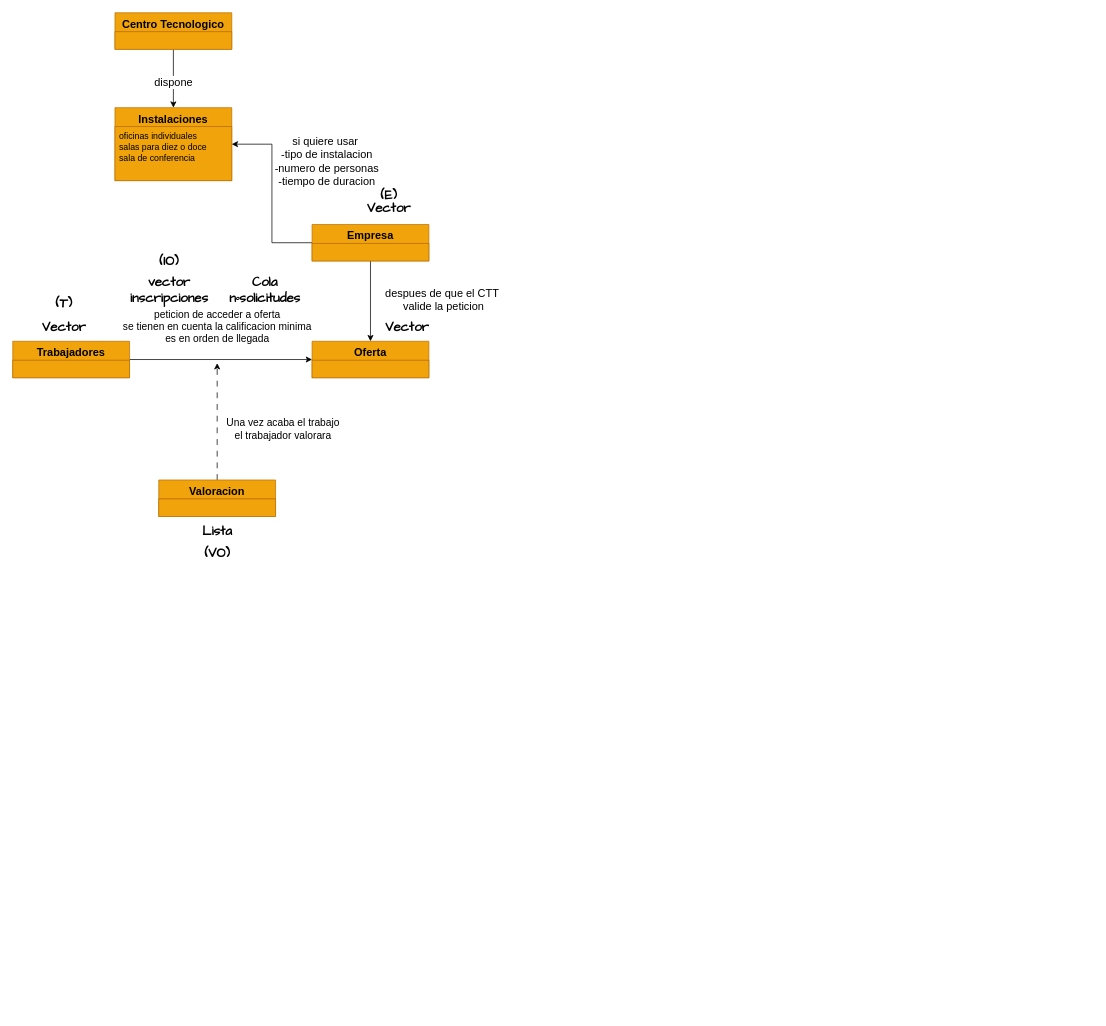
This is EstructuraDatos.drawio from ryloq1/DBD, a draw.io file, before an edit. Source tidied: cells renumbered, new cells numbered last; positions are measured from the earlier drawing's top-left corner, leaving out a move shared by most shapes. Both pictures are drawn from the tidied source at 73%, with x=0, y=0 at pixel (12, 12).
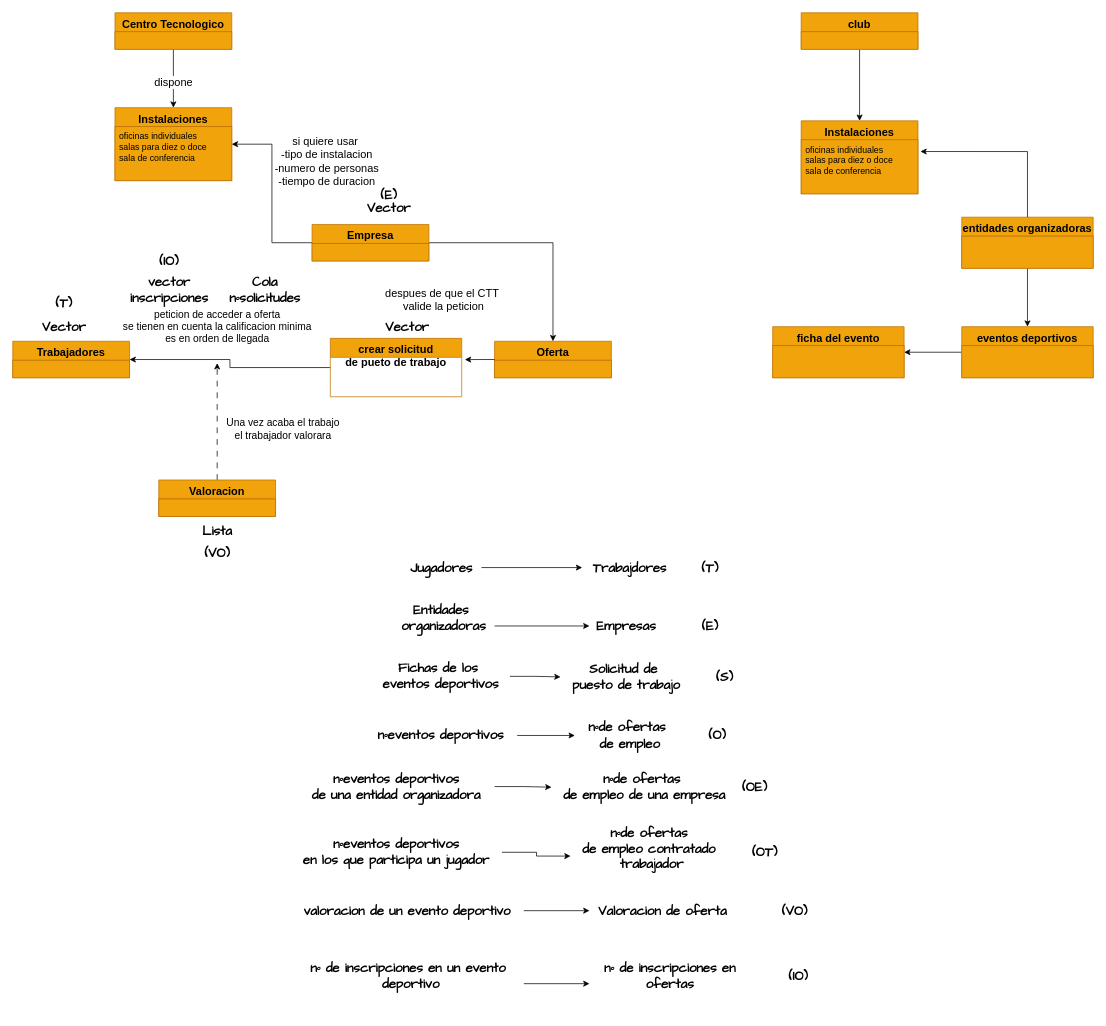
The same page after the edit.

The change refers to these unchanged cells:
```xml
<mxCell id="17" value="&lt;font style=&quot;font-size: 15px;&quot;&gt;Trabajadores&lt;/font&gt;" style="swimlane;fontStyle=1;align=center;verticalAlign=top;horizontal=1;startSize=26;whiteSpace=wrap;html=1;fillColor=#f0a30a;fontColor=#000000;strokeColor=#BD7000;" parent="1" vertex="1">
  <mxGeometry y="450" width="160" height="50" as="geometry" />
</mxCell>
```

What changed in the source:
```diff
@@
     <mxCell id="13" value="&lt;font style=&quot;font-size: 15px;&quot;&gt;Oferta&lt;/font&gt;" style="swimlane;fontStyle=1;align=center;verticalAlign=top;horizontal=1;startSize=26;whiteSpace=wrap;html=1;fillColor=#f0a30a;fontColor=#000000;strokeColor=#BD7000;" parent="1" vertex="1">
-      <mxGeometry x="410" y="450" width="160" height="50" as="geometry" />
+      <mxGeometry x="660" y="450" width="160" height="50" as="geometry" />
     </mxCell>
@@
-    <mxCell id="16" style="edgeStyle=orthogonalEdgeStyle;rounded=0;jettySize=auto;html=1;" parent="1" edge="1" source="17" target="13">
-      <mxGeometry relative="1" as="geometry" />
-    </mxCell>
@@
+    <mxCell id="34" style="edgeStyle=orthogonalEdgeStyle;rounded=0;jettySize=auto;html=1;entryX=0.5;entryY=0;entryDx=0;entryDy=0;" parent="1" edge="1" source="35" target="37">
+      <mxGeometry relative="1" as="geometry" />
+    </mxCell>
+    <mxCell id="35" value="&lt;font style=&quot;font-size: 15px;&quot;&gt;club&lt;/font&gt;" style="swimlane;fontStyle=1;align=center;verticalAlign=top;horizontal=1;startSize=26;whiteSpace=wrap;html=1;fillColor=#f0a30a;fontColor=#000000;strokeColor=#BD7000;" parent="1" vertex="1">
+      <mxGeometry x="1080" width="160" height="50" as="geometry" />
+    </mxCell>
+    <mxCell id="36" style="text;strokeColor=#BD7000;fillColor=#f0a30a;align=left;verticalAlign=top;spacingLeft=4;spacingRight=4;overflow=hidden;whiteSpace=wrap;html=1;fontColor=#000000;" parent="35" vertex="1">
+      <mxGeometry y="26" width="160" height="24" as="geometry" />
+    </mxCell>
+    <mxCell id="37" value="&lt;font style=&quot;font-size: 15px;&quot;&gt;Instalaciones&lt;/font&gt;" style="swimlane;fontStyle=1;align=center;verticalAlign=top;horizontal=1;startSize=26;whiteSpace=wrap;html=1;fillColor=#f0a30a;fontColor=#000000;strokeColor=#BD7000;" parent="1" vertex="1">
+      <mxGeometry x="1080" y="148" width="160" height="100" as="geometry" />
+    </mxCell>
+    <mxCell id="38" value="oficinas individuales&lt;br&gt;salas para diez o doce&lt;br&gt;sala de conferencia" style="text;strokeColor=#BD7000;fillColor=#f0a30a;align=left;verticalAlign=top;spacingLeft=4;spacingRight=4;overflow=hidden;points=[[0,0.5],[1,0.5]];portConstraint=eastwest;whiteSpace=wrap;html=1;fontColor=#000000;" parent="37" vertex="1">
+      <mxGeometry y="26" width="160" height="74" as="geometry" />
+    </mxCell>
+    <mxCell id="39" style="edgeStyle=orthogonalEdgeStyle;rounded=0;jettySize=auto;html=1;entryX=0.5;entryY=0;entryDx=0;entryDy=0;" parent="1" edge="1" source="40" target="43">
+      <mxGeometry relative="1" as="geometry" />
+    </mxCell>
+    <mxCell id="40" value="&lt;font style=&quot;font-size: 15px;&quot;&gt;entidades organizadoras&lt;/font&gt;" style="swimlane;fontStyle=1;align=center;verticalAlign=top;horizontal=1;startSize=26;whiteSpace=wrap;html=1;fillColor=#f0a30a;fontColor=#000000;strokeColor=#BD7000;" parent="1" vertex="1">
+      <mxGeometry x="1300" y="280" width="180" height="70" as="geometry" />
+    </mxCell>
+    <mxCell id="41" style="text;strokeColor=#BD7000;fillColor=#f0a30a;align=left;verticalAlign=top;spacingLeft=4;spacingRight=4;overflow=hidden;whiteSpace=wrap;html=1;fontColor=#000000;" parent="40" vertex="1">
+      <mxGeometry y="26" width="180" height="44" as="geometry" />
+    </mxCell>
+    <mxCell id="42" style="edgeStyle=orthogonalEdgeStyle;rounded=0;jettySize=auto;html=1;entryX=1;entryY=0.5;entryDx=0;entryDy=0;" parent="1" edge="1" source="43" target="46">
+      <mxGeometry relative="1" as="geometry" />
+    </mxCell>
+    <mxCell id="43" value="&lt;font style=&quot;font-size: 15px;&quot;&gt;eventos deportivos&lt;/font&gt;" style="swimlane;fontStyle=1;align=center;verticalAlign=top;horizontal=1;startSize=26;whiteSpace=wrap;html=1;fillColor=#f0a30a;fontColor=#000000;strokeColor=#BD7000;" parent="1" vertex="1">
+      <mxGeometry x="1300" y="430" width="180" height="70" as="geometry" />
+    </mxCell>
+    <mxCell id="44" style="text;strokeColor=#BD7000;fillColor=#f0a30a;align=left;verticalAlign=top;spacingLeft=4;spacingRight=4;overflow=hidden;whiteSpace=wrap;html=1;fontColor=#000000;" parent="43" vertex="1">
+      <mxGeometry y="26" width="180" height="44" as="geometry" />
+    </mxCell>
+    <mxCell id="45" style="edgeStyle=orthogonalEdgeStyle;rounded=0;jettySize=auto;html=1;entryX=1.021;entryY=0.217;entryDx=0;entryDy=0;entryPerimeter=0;" parent="1" edge="1" source="40" target="38">
+      <mxGeometry relative="1" as="geometry" />
+    </mxCell>
+    <mxCell id="46" value="&lt;font style=&quot;font-size: 15px;&quot;&gt;ficha del evento&lt;/font&gt;" style="swimlane;fontStyle=1;align=center;verticalAlign=top;horizontal=1;startSize=26;whiteSpace=wrap;html=1;fillColor=#f0a30a;fontColor=#000000;strokeColor=#BD7000;" parent="1" vertex="1">
+      <mxGeometry x="1041" y="430" width="180" height="70" as="geometry" />
+    </mxCell>
+    <mxCell id="47" style="text;strokeColor=#BD7000;fillColor=#f0a30a;align=left;verticalAlign=top;spacingLeft=4;spacingRight=4;overflow=hidden;whiteSpace=wrap;html=1;fontColor=#000000;" parent="46" vertex="1">
+      <mxGeometry y="26" width="180" height="44" as="geometry" />
+    </mxCell>
+    <mxCell id="48" style="edgeStyle=orthogonalEdgeStyle;rounded=0;jettySize=auto;html=1;" parent="1" edge="1" source="49" target="17">
+      <mxGeometry relative="1" as="geometry" />
+    </mxCell>
+    <mxCell id="49" value="&lt;font style=&quot;font-size: 15px;&quot;&gt;crear solicitud&lt;br&gt;de pueto de trabajo&lt;br&gt;&lt;/font&gt;" style="swimlane;fontStyle=1;align=center;verticalAlign=top;horizontal=1;startSize=26;whiteSpace=wrap;html=1;fillColor=#f0a30a;fontColor=#000000;strokeColor=#BD7000;" parent="1" vertex="1" collapsed="1">
+      <mxGeometry x="435" y="446" width="180" height="80" as="geometry" />
+    </mxCell>
+    <mxCell id="50" style="edgeStyle=orthogonalEdgeStyle;rounded=0;jettySize=auto;html=1;entryX=1.024;entryY=0.364;entryDx=0;entryDy=0;entryPerimeter=0;" parent="1" edge="1" source="13" target="49">
+      <mxGeometry relative="1" as="geometry" />
+    </mxCell>
+    <mxCell id="51" style="edgeStyle=orthogonalEdgeStyle;rounded=0;jettySize=auto;html=1;" parent="1" edge="1" source="52" target="53">
+      <mxGeometry relative="1" as="geometry" />
+    </mxCell>
+    <mxCell id="52" value="&lt;font face=&quot;Comic Sans MS&quot; style=&quot;font-size: 18px;&quot;&gt;&lt;b&gt;Jugadores&lt;/b&gt;&lt;/font&gt;" style="text;html=1;align=center;verticalAlign=middle;points=[];strokeColor=none;fillColor=none;" parent="1" vertex="1">
+      <mxGeometry x="532" y="740" width="110" height="40" as="geometry" />
+    </mxCell>
+    <mxCell id="53" value="&lt;font face=&quot;Comic Sans MS&quot; style=&quot;font-size: 18px;&quot;&gt;&lt;b&gt;Trabajdores&lt;/b&gt;&lt;/font&gt;" style="text;html=1;align=center;verticalAlign=middle;points=[];strokeColor=none;fillColor=none;" parent="1" vertex="1">
+      <mxGeometry x="780" y="740" width="130" height="40" as="geometry" />
+    </mxCell>
+    <mxCell id="54" style="edgeStyle=orthogonalEdgeStyle;rounded=0;jettySize=auto;html=1;" parent="1" edge="1" source="55" target="56">
+      <mxGeometry relative="1" as="geometry" />
+    </mxCell>
+    <mxCell id="55" value="&lt;font face=&quot;Comic Sans MS&quot; style=&quot;font-size: 18px;&quot;&gt;&lt;b&gt;Entidades&amp;nbsp;&lt;br&gt;organizadoras&lt;br&gt;&lt;br&gt;&lt;/b&gt;&lt;/font&gt;" style="text;html=1;align=center;verticalAlign=middle;points=[];strokeColor=none;fillColor=none;" parent="1" vertex="1">
+      <mxGeometry x="520" y="800" width="140" height="80" as="geometry" />
+    </mxCell>
+    <mxCell id="56" value="&lt;font face=&quot;Comic Sans MS&quot; style=&quot;font-size: 18px;&quot;&gt;&lt;b&gt;Empresas&lt;/b&gt;&lt;/font&gt;" style="text;html=1;align=center;verticalAlign=middle;points=[];strokeColor=none;fillColor=none;" parent="1" vertex="1">
+      <mxGeometry x="790" y="820" width="100" height="40" as="geometry" />
+    </mxCell>
+    <mxCell id="57" value="&lt;font face=&quot;Comic Sans MS&quot; style=&quot;font-size: 18px;&quot;&gt;&lt;b&gt;Fichas de los&amp;nbsp;&lt;br&gt;eventos deportivos&lt;br&gt;&lt;/b&gt;&lt;/font&gt;" style="text;html=1;align=center;verticalAlign=middle;points=[];strokeColor=none;fillColor=none;" parent="1" vertex="1">
+      <mxGeometry x="491" y="879" width="190" height="60" as="geometry" />
+    </mxCell>
+    <mxCell id="58" value="&lt;font face=&quot;Comic Sans MS&quot; style=&quot;font-size: 18px;&quot;&gt;&lt;b&gt;Solicitud de&amp;nbsp;&lt;br&gt;puesto de trabajo&lt;br&gt;&lt;/b&gt;&lt;/font&gt;" style="text;html=1;align=center;verticalAlign=middle;points=[];strokeColor=none;fillColor=none;" parent="1" vertex="1">
+      <mxGeometry x="750" y="880" width="180" height="60" as="geometry" />
+    </mxCell>
+    <mxCell id="59" style="edgeStyle=orthogonalEdgeStyle;rounded=0;jettySize=auto;html=1;entryX=0.002;entryY=0.496;entryDx=0;entryDy=0;entryPerimeter=0;" parent="1" edge="1" source="57" target="58">
+      <mxGeometry relative="1" as="geometry" />
+    </mxCell>
+    <mxCell id="60" value="&lt;font face=&quot;Comic Sans MS&quot;&gt;&lt;span style=&quot;font-size: 18px;&quot;&gt;&lt;b&gt;(T)&lt;/b&gt;&lt;/span&gt;&lt;/font&gt;" style="text;html=1;align=center;verticalAlign=middle;strokeColor=none;fillColor=none;" parent="1" vertex="1">
+      <mxGeometry x="930" y="740" width="50" height="40" as="geometry" />
+    </mxCell>
+    <mxCell id="61" value="&lt;font face=&quot;Comic Sans MS&quot;&gt;&lt;span style=&quot;font-size: 18px;&quot;&gt;&lt;b&gt;(E)&lt;/b&gt;&lt;/span&gt;&lt;/font&gt;" style="text;html=1;align=center;verticalAlign=middle;strokeColor=none;fillColor=none;" parent="1" vertex="1">
+      <mxGeometry x="930" y="820" width="50" height="40" as="geometry" />
+    </mxCell>
+    <mxCell id="62" value="&lt;font face=&quot;Comic Sans MS&quot;&gt;&lt;span style=&quot;font-size: 18px;&quot;&gt;&lt;b&gt;(S)&lt;/b&gt;&lt;/span&gt;&lt;/font&gt;" style="text;html=1;align=center;verticalAlign=middle;strokeColor=none;fillColor=none;" parent="1" vertex="1">
+      <mxGeometry x="950" y="890" width="50" height="40" as="geometry" />
+    </mxCell>
+    <mxCell id="63" style="edgeStyle=orthogonalEdgeStyle;rounded=0;jettySize=auto;html=1;" parent="1" edge="1" source="64" target="70">
+      <mxGeometry relative="1" as="geometry" />
+    </mxCell>
+    <mxCell id="64" value="&lt;font face=&quot;Comic Sans MS&quot; style=&quot;font-size: 18px;&quot;&gt;&lt;b&gt;nºeventos deportivos&lt;br&gt;&lt;/b&gt;&lt;/font&gt;" style="text;html=1;align=center;verticalAlign=middle;points=[];strokeColor=none;fillColor=none;" parent="1" vertex="1">
+      <mxGeometry x="481" y="970" width="210" height="40" as="geometry" />
+    </mxCell>
+    <mxCell id="65" value="&lt;font face=&quot;Comic Sans MS&quot; style=&quot;font-size: 18px;&quot;&gt;&lt;b&gt;nºeventos deportivos&lt;br&gt;de una entidad organizadora&lt;br&gt;&lt;/b&gt;&lt;/font&gt;" style="text;html=1;align=center;verticalAlign=middle;points=[];strokeColor=none;fillColor=none;" parent="1" vertex="1">
+      <mxGeometry x="390" y="1030" width="270" height="60" as="geometry" />
+    </mxCell>
+    <mxCell id="66" value="&lt;font face=&quot;Comic Sans MS&quot; style=&quot;font-size: 18px;&quot;&gt;&lt;b&gt;nºeventos deportivos&lt;br&gt;en los que participa un jugador&lt;br&gt;&lt;/b&gt;&lt;/font&gt;" style="text;html=1;align=center;verticalAlign=middle;points=[];strokeColor=none;fillColor=none;" parent="1" vertex="1">
+      <mxGeometry x="380" y="1120" width="290" height="60" as="geometry" />
+    </mxCell>
+    <mxCell id="67" value="&lt;font face=&quot;Comic Sans MS&quot; style=&quot;font-size: 18px;&quot;&gt;&lt;b&gt;valoracion de un evento deportivo&lt;br&gt;&lt;/b&gt;&lt;/font&gt;" style="text;html=1;align=center;verticalAlign=middle;points=[];strokeColor=none;fillColor=none;" parent="1" vertex="1">
+      <mxGeometry x="380" y="1210" width="320" height="40" as="geometry" />
+    </mxCell>
+    <mxCell id="68" style="edgeStyle=orthogonalEdgeStyle;rounded=0;jettySize=auto;html=1;" parent="1" edge="1" source="69" target="80">
+      <mxGeometry relative="1" as="geometry" />
+    </mxCell>
+    <mxCell id="69" value="&lt;font face=&quot;Comic Sans MS&quot; style=&quot;font-size: 18px;&quot;&gt;&lt;b&gt;nº de inscripciones en un evento&amp;nbsp;&lt;br&gt;deportivo&lt;br&gt;&lt;br&gt;&lt;/b&gt;&lt;/font&gt;" style="text;html=1;align=center;verticalAlign=middle;points=[];strokeColor=none;fillColor=none;" parent="1" vertex="1">
+      <mxGeometry x="390" y="1290" width="310" height="80" as="geometry" />
+    </mxCell>
+    <mxCell id="70" value="&lt;font face=&quot;Comic Sans MS&quot; style=&quot;font-size: 18px;&quot;&gt;&lt;b&gt;nºde ofertas&amp;nbsp;&lt;br&gt;de empleo&lt;br&gt;&lt;/b&gt;&lt;/font&gt;" style="text;html=1;align=center;verticalAlign=middle;points=[];strokeColor=none;fillColor=none;" parent="1" vertex="1">
+      <mxGeometry x="770" y="960" width="150" height="60" as="geometry" />
+    </mxCell>
+    <mxCell id="71" value="&lt;font face=&quot;Comic Sans MS&quot;&gt;&lt;span style=&quot;font-size: 18px;&quot;&gt;&lt;b&gt;(O)&lt;/b&gt;&lt;/span&gt;&lt;/font&gt;" style="text;html=1;align=center;verticalAlign=middle;strokeColor=none;fillColor=none;" parent="1" vertex="1">
+      <mxGeometry x="940" y="970" width="50" height="40" as="geometry" />
+    </mxCell>
+    <mxCell id="72" value="&lt;font face=&quot;Comic Sans MS&quot; style=&quot;font-size: 18px;&quot;&gt;&lt;b&gt;nºde ofertas&amp;nbsp;&lt;br&gt;de empleo de una empresa&lt;br&gt;&lt;/b&gt;&lt;/font&gt;" style="text;html=1;align=center;verticalAlign=middle;points=[];strokeColor=none;fillColor=none;" parent="1" vertex="1">
+      <mxGeometry x="740" y="1030" width="250" height="60" as="geometry" />
+    </mxCell>
+    <mxCell id="73" style="edgeStyle=orthogonalEdgeStyle;rounded=0;jettySize=auto;html=1;entryX=-0.008;entryY=0.514;entryDx=0;entryDy=0;entryPerimeter=0;" parent="1" edge="1" source="65" target="72">
+      <mxGeometry relative="1" as="geometry" />
+    </mxCell>
+    <mxCell id="74" value="&lt;font face=&quot;Comic Sans MS&quot;&gt;&lt;span style=&quot;font-size: 18px;&quot;&gt;&lt;b&gt;(OE)&lt;/b&gt;&lt;/span&gt;&lt;/font&gt;" style="text;html=1;align=center;verticalAlign=middle;strokeColor=none;fillColor=none;" parent="1" vertex="1">
+      <mxGeometry x="986" y="1040" width="60" height="40" as="geometry" />
+    </mxCell>
+    <mxCell id="75" value="&lt;font face=&quot;Comic Sans MS&quot; style=&quot;font-size: 18px;&quot;&gt;&lt;b&gt;nºde ofertas&amp;nbsp;&lt;br&gt;de empleo contratado&amp;nbsp;&lt;br&gt;trabajador&lt;br&gt;&lt;/b&gt;&lt;/font&gt;" style="text;html=1;align=center;verticalAlign=middle;points=[];strokeColor=none;fillColor=none;" parent="1" vertex="1">
+      <mxGeometry x="765" y="1105" width="220" height="80" as="geometry" />
+    </mxCell>
+    <mxCell id="76" style="edgeStyle=orthogonalEdgeStyle;rounded=0;jettySize=auto;html=1;entryX=-0.004;entryY=0.628;entryDx=0;entryDy=0;entryPerimeter=0;" parent="1" edge="1" source="66" target="75">
+      <mxGeometry relative="1" as="geometry" />
+    </mxCell>
+    <mxCell id="77" value="&lt;font face=&quot;Comic Sans MS&quot;&gt;&lt;span style=&quot;font-size: 18px;&quot;&gt;&lt;b&gt;(OT)&lt;/b&gt;&lt;/span&gt;&lt;/font&gt;" style="text;html=1;align=center;verticalAlign=middle;strokeColor=none;fillColor=none;" parent="1" vertex="1">
+      <mxGeometry x="1000" y="1129" width="60" height="40" as="geometry" />
+    </mxCell>
+    <mxCell id="78" value="&lt;font face=&quot;Comic Sans MS&quot; style=&quot;font-size: 18px;&quot;&gt;&lt;b&gt;Valoracion de oferta&lt;/b&gt;&lt;/font&gt;" style="text;html=1;align=center;verticalAlign=middle;points=[];strokeColor=none;fillColor=none;" parent="1" vertex="1">
+      <mxGeometry x="790" y="1210" width="200" height="40" as="geometry" />
+    </mxCell>
+    <mxCell id="79" style="edgeStyle=orthogonalEdgeStyle;rounded=0;jettySize=auto;html=1;entryX=0;entryY=0.5;entryDx=0;entryDy=0;entryPerimeter=0;" parent="1" edge="1" source="67" target="78">
+      <mxGeometry relative="1" as="geometry" />
+    </mxCell>
+    <mxCell id="80" value="&lt;font face=&quot;Comic Sans MS&quot; style=&quot;font-size: 18px;&quot;&gt;&lt;b&gt;nº de inscripciones en&lt;br&gt;ofertas&lt;br&gt;&lt;br&gt;&lt;/b&gt;&lt;/font&gt;" style="text;html=1;align=center;verticalAlign=middle;points=[];strokeColor=none;fillColor=none;" parent="1" vertex="1">
+      <mxGeometry x="790" y="1290" width="220" height="80" as="geometry" />
+    </mxCell>
+    <mxCell id="81" value="&lt;font face=&quot;Comic Sans MS&quot;&gt;&lt;span style=&quot;font-size: 18px;&quot;&gt;&lt;b&gt;(VO)&lt;/b&gt;&lt;/span&gt;&lt;/font&gt;" style="text;html=1;align=center;verticalAlign=middle;strokeColor=none;fillColor=none;" parent="1" vertex="1">
+      <mxGeometry x="1041" y="1210" width="60" height="40" as="geometry" />
+    </mxCell>
+    <mxCell id="82" value="&lt;font face=&quot;Comic Sans MS&quot;&gt;&lt;span style=&quot;font-size: 18px;&quot;&gt;&lt;b&gt;(IO)&lt;/b&gt;&lt;/span&gt;&lt;/font&gt;" style="text;html=1;align=center;verticalAlign=middle;strokeColor=none;fillColor=none;" parent="1" vertex="1">
+      <mxGeometry x="1046" y="1300" width="60" height="40" as="geometry" />
+    </mxCell>
```
